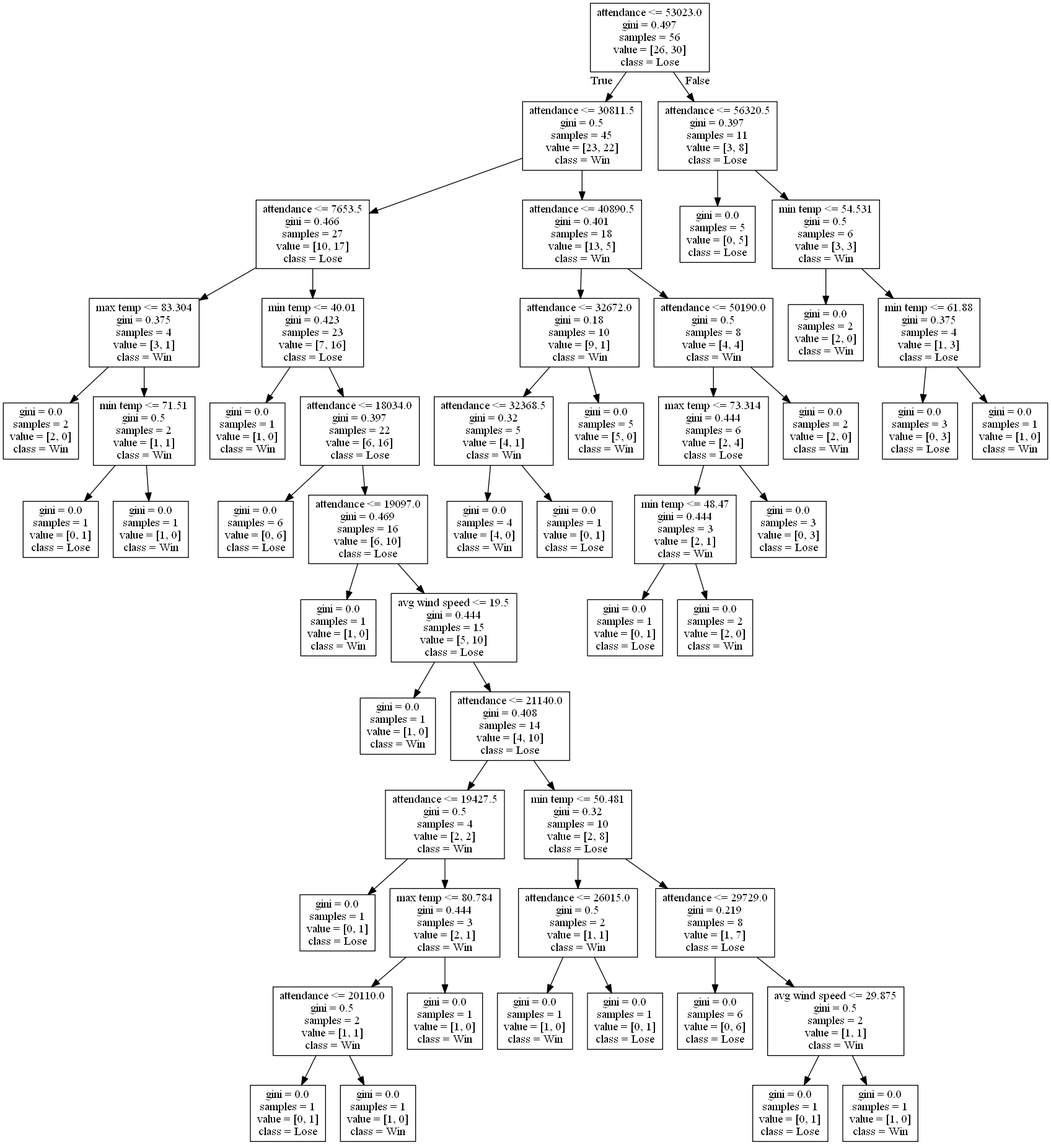
Above: DecisionTrees/decision_tree_no_score14.png in alexana-steck/CSE482Project (Graphviz), before the change. Its source is kept beside it as DecisionTrees/decision_tree_no_score14.dot.
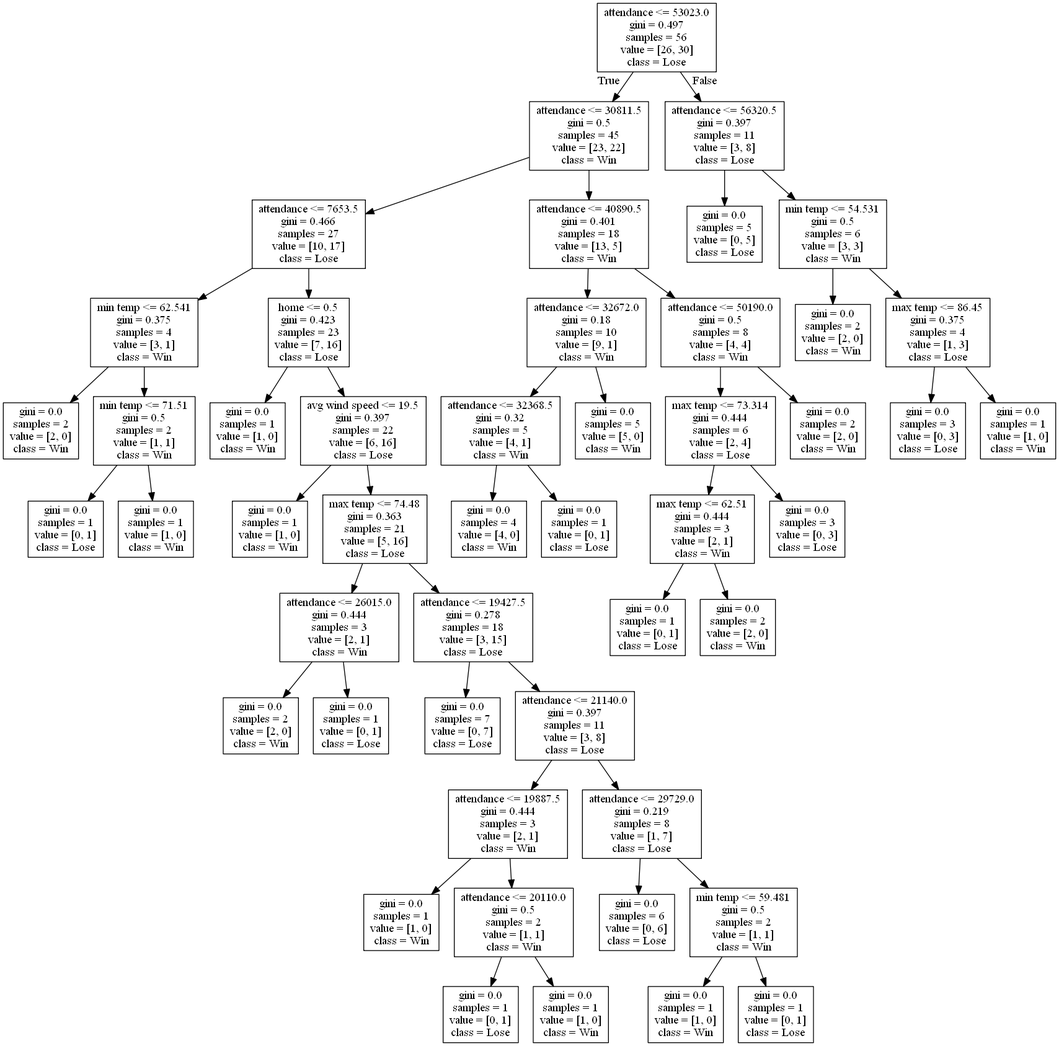
Later version of the same file.

Diff of the diagram source:
```diff
@@ -5,7 +5,7 @@
 0 -> 1 [labeldistance=2.5, labelangle=45, headlabel="True"] ;
 2 [label="attendance <= 7653.5\ngini = 0.466\nsamples = 27\nvalue = [10, 17]\nclass = Lose"] ;
 1 -> 2 ;
-3 [label="max temp <= 83.304\ngini = 0.375\nsamples = 4\nvalue = [3, 1]\nclass = Win"] ;
+3 [label="min temp <= 62.541\ngini = 0.375\nsamples = 4\nvalue = [3, 1]\nclass = Win"] ;
 2 -> 3 ;
 4 [label="gini = 0.0\nsamples = 2\nvalue = [2, 0]\nclass = Win"] ;
 3 -> 4 ;
@@ -15,94 +15,86 @@
 5 -> 6 ;
 7 [label="gini = 0.0\nsamples = 1\nvalue = [1, 0]\nclass = Win"] ;
 5 -> 7 ;
-8 [label="min temp <= 40.01\ngini = 0.423\nsamples = 23\nvalue = [7, 16]\nclass = Lose"] ;
+8 [label="home <= 0.5\ngini = 0.423\nsamples = 23\nvalue = [7, 16]\nclass = Lose"] ;
 2 -> 8 ;
 9 [label="gini = 0.0\nsamples = 1\nvalue = [1, 0]\nclass = Win"] ;
 8 -> 9 ;
-10 [label="attendance <= 18034.0\ngini = 0.397\nsamples = 22\nvalue = [6, 16]\nclass = Lose"] ;
+10 [label="avg wind speed <= 19.5\ngini = 0.397\nsamples = 22\nvalue = [6, 16]\nclass = Lose"] ;
 8 -> 10 ;
-11 [label="gini = 0.0\nsamples = 6\nvalue = [0, 6]\nclass = Lose"] ;
+11 [label="gini = 0.0\nsamples = 1\nvalue = [1, 0]\nclass = Win"] ;
 10 -> 11 ;
-12 [label="attendance <= 19097.0\ngini = 0.469\nsamples = 16\nvalue = [6, 10]\nclass = Lose"] ;
+12 [label="max temp <= 74.48\ngini = 0.363\nsamples = 21\nvalue = [5, 16]\nclass = Lose"] ;
 10 -> 12 ;
-13 [label="gini = 0.0\nsamples = 1\nvalue = [1, 0]\nclass = Win"] ;
+13 [label="attendance <= 26015.0\ngini = 0.444\nsamples = 3\nvalue = [2, 1]\nclass = Win"] ;
 12 -> 13 ;
-14 [label="avg wind speed <= 19.5\ngini = 0.444\nsamples = 15\nvalue = [5, 10]\nclass = Lose"] ;
-12 -> 14 ;
-15 [label="gini = 0.0\nsamples = 1\nvalue = [1, 0]\nclass = Win"] ;
-14 -> 15 ;
-16 [label="attendance <= 21140.0\ngini = 0.408\nsamples = 14\nvalue = [4, 10]\nclass = Lose"] ;
-14 -> 16 ;
-17 [label="attendance <= 19427.5\ngini = 0.5\nsamples = 4\nvalue = [2, 2]\nclass = Win"] ;
+14 [label="gini = 0.0\nsamples = 2\nvalue = [2, 0]\nclass = Win"] ;
+13 -> 14 ;
+15 [label="gini = 0.0\nsamples = 1\nvalue = [0, 1]\nclass = Lose"] ;
+13 -> 15 ;
+16 [label="attendance <= 19427.5\ngini = 0.278\nsamples = 18\nvalue = [3, 15]\nclass = Lose"] ;
+12 -> 16 ;
+17 [label="gini = 0.0\nsamples = 7\nvalue = [0, 7]\nclass = Lose"] ;
 16 -> 17 ;
-18 [label="gini = 0.0\nsamples = 1\nvalue = [0, 1]\nclass = Lose"] ;
-17 -> 18 ;
-19 [label="max temp <= 80.784\ngini = 0.444\nsamples = 3\nvalue = [2, 1]\nclass = Win"] ;
-17 -> 19 ;
-20 [label="attendance <= 20110.0\ngini = 0.5\nsamples = 2\nvalue = [1, 1]\nclass = Win"] ;
+18 [label="attendance <= 21140.0\ngini = 0.397\nsamples = 11\nvalue = [3, 8]\nclass = Lose"] ;
+16 -> 18 ;
+19 [label="attendance <= 19887.5\ngini = 0.444\nsamples = 3\nvalue = [2, 1]\nclass = Win"] ;
+18 -> 19 ;
+20 [label="gini = 0.0\nsamples = 1\nvalue = [1, 0]\nclass = Win"] ;
 19 -> 20 ;
-21 [label="gini = 0.0\nsamples = 1\nvalue = [0, 1]\nclass = Lose"] ;
-20 -> 21 ;
-22 [label="gini = 0.0\nsamples = 1\nvalue = [1, 0]\nclass = Win"] ;
-20 -> 22 ;
+21 [label="attendance <= 20110.0\ngini = 0.5\nsamples = 2\nvalue = [1, 1]\nclass = Win"] ;
+19 -> 21 ;
+22 [label="gini = 0.0\nsamples = 1\nvalue = [0, 1]\nclass = Lose"] ;
+21 -> 22 ;
 23 [label="gini = 0.0\nsamples = 1\nvalue = [1, 0]\nclass = Win"] ;
-19 -> 23 ;
-24 [label="min temp <= 50.481\ngini = 0.32\nsamples = 10\nvalue = [2, 8]\nclass = Lose"] ;
-16 -> 24 ;
-25 [label="attendance <= 26015.0\ngini = 0.5\nsamples = 2\nvalue = [1, 1]\nclass = Win"] ;
+21 -> 23 ;
+24 [label="attendance <= 29729.0\ngini = 0.219\nsamples = 8\nvalue = [1, 7]\nclass = Lose"] ;
+18 -> 24 ;
+25 [label="gini = 0.0\nsamples = 6\nvalue = [0, 6]\nclass = Lose"] ;
 24 -> 25 ;
-26 [label="gini = 0.0\nsamples = 1\nvalue = [1, 0]\nclass = Win"] ;
-25 -> 26 ;
-27 [label="gini = 0.0\nsamples = 1\nvalue = [0, 1]\nclass = Lose"] ;
-25 -> 27 ;
-28 [label="attendance <= 29729.0\ngini = 0.219\nsamples = 8\nvalue = [1, 7]\nclass = Lose"] ;
-24 -> 28 ;
-29 [label="gini = 0.0\nsamples = 6\nvalue = [0, 6]\nclass = Lose"] ;
-28 -> 29 ;
-30 [label="avg wind speed <= 29.875\ngini = 0.5\nsamples = 2\nvalue = [1, 1]\nclass = Win"] ;
-28 -> 30 ;
-31 [label="gini = 0.0\nsamples = 1\nvalue = [0, 1]\nclass = Lose"] ;
+26 [label="min temp <= 59.481\ngini = 0.5\nsamples = 2\nvalue = [1, 1]\nclass = Win"] ;
+24 -> 26 ;
+27 [label="gini = 0.0\nsamples = 1\nvalue = [1, 0]\nclass = Win"] ;
+26 -> 27 ;
+28 [label="gini = 0.0\nsamples = 1\nvalue = [0, 1]\nclass = Lose"] ;
+26 -> 28 ;
+29 [label="attendance <= 40890.5\ngini = 0.401\nsamples = 18\nvalue = [13, 5]\nclass = Win"] ;
+1 -> 29 ;
+30 [label="attendance <= 32672.0\ngini = 0.18\nsamples = 10\nvalue = [9, 1]\nclass = Win"] ;
+29 -> 30 ;
+31 [label="attendance <= 32368.5\ngini = 0.32\nsamples = 5\nvalue = [4, 1]\nclass = Win"] ;
 30 -> 31 ;
-32 [label="gini = 0.0\nsamples = 1\nvalue = [1, 0]\nclass = Win"] ;
-30 -> 32 ;
-33 [label="attendance <= 40890.5\ngini = 0.401\nsamples = 18\nvalue = [13, 5]\nclass = Win"] ;
-1 -> 33 ;
-34 [label="attendance <= 32672.0\ngini = 0.18\nsamples = 10\nvalue = [9, 1]\nclass = Win"] ;
-33 -> 34 ;
-35 [label="attendance <= 32368.5\ngini = 0.32\nsamples = 5\nvalue = [4, 1]\nclass = Win"] ;
-34 -> 35 ;
-36 [label="gini = 0.0\nsamples = 4\nvalue = [4, 0]\nclass = Win"] ;
+32 [label="gini = 0.0\nsamples = 4\nvalue = [4, 0]\nclass = Win"] ;
+31 -> 32 ;
+33 [label="gini = 0.0\nsamples = 1\nvalue = [0, 1]\nclass = Lose"] ;
+31 -> 33 ;
+34 [label="gini = 0.0\nsamples = 5\nvalue = [5, 0]\nclass = Win"] ;
+30 -> 34 ;
+35 [label="attendance <= 50190.0\ngini = 0.5\nsamples = 8\nvalue = [4, 4]\nclass = Win"] ;
+29 -> 35 ;
+36 [label="max temp <= 73.314\ngini = 0.444\nsamples = 6\nvalue = [2, 4]\nclass = Lose"] ;
 35 -> 36 ;
-37 [label="gini = 0.0\nsamples = 1\nvalue = [0, 1]\nclass = Lose"] ;
-35 -> 37 ;
-38 [label="gini = 0.0\nsamples = 5\nvalue = [5, 0]\nclass = Win"] ;
-34 -> 38 ;
-39 [label="attendance <= 50190.0\ngini = 0.5\nsamples = 8\nvalue = [4, 4]\nclass = Win"] ;
-33 -> 39 ;
-40 [label="max temp <= 73.314\ngini = 0.444\nsamples = 6\nvalue = [2, 4]\nclass = Lose"] ;
-39 -> 40 ;
-41 [label="min temp <= 48.47\ngini = 0.444\nsamples = 3\nvalue = [2, 1]\nclass = Win"] ;
-40 -> 41 ;
-42 [label="gini = 0.0\nsamples = 1\nvalue = [0, 1]\nclass = Lose"] ;
-41 -> 42 ;
-43 [label="gini = 0.0\nsamples = 2\nvalue = [2, 0]\nclass = Win"] ;
-41 -> 43 ;
-44 [label="gini = 0.0\nsamples = 3\nvalue = [0, 3]\nclass = Lose"] ;
-40 -> 44 ;
+37 [label="max temp <= 62.51\ngini = 0.444\nsamples = 3\nvalue = [2, 1]\nclass = Win"] ;
+36 -> 37 ;
+38 [label="gini = 0.0\nsamples = 1\nvalue = [0, 1]\nclass = Lose"] ;
+37 -> 38 ;
+39 [label="gini = 0.0\nsamples = 2\nvalue = [2, 0]\nclass = Win"] ;
+37 -> 39 ;
+40 [label="gini = 0.0\nsamples = 3\nvalue = [0, 3]\nclass = Lose"] ;
+36 -> 40 ;
+41 [label="gini = 0.0\nsamples = 2\nvalue = [2, 0]\nclass = Win"] ;
+35 -> 41 ;
+42 [label="attendance <= 56320.5\ngini = 0.397\nsamples = 11\nvalue = [3, 8]\nclass = Lose"] ;
+0 -> 42 [labeldistance=2.5, labelangle=-45, headlabel="False"] ;
+43 [label="gini = 0.0\nsamples = 5\nvalue = [0, 5]\nclass = Lose"] ;
+42 -> 43 ;
+44 [label="min temp <= 54.531\ngini = 0.5\nsamples = 6\nvalue = [3, 3]\nclass = Win"] ;
+42 -> 44 ;
 45 [label="gini = 0.0\nsamples = 2\nvalue = [2, 0]\nclass = Win"] ;
-39 -> 45 ;
-46 [label="attendance <= 56320.5\ngini = 0.397\nsamples = 11\nvalue = [3, 8]\nclass = Lose"] ;
-0 -> 46 [labeldistance=2.5, labelangle=-45, headlabel="False"] ;
-47 [label="gini = 0.0\nsamples = 5\nvalue = [0, 5]\nclass = Lose"] ;
+44 -> 45 ;
+46 [label="max temp <= 86.45\ngini = 0.375\nsamples = 4\nvalue = [1, 3]\nclass = Lose"] ;
+44 -> 46 ;
+47 [label="gini = 0.0\nsamples = 3\nvalue = [0, 3]\nclass = Lose"] ;
 46 -> 47 ;
-48 [label="min temp <= 54.531\ngini = 0.5\nsamples = 6\nvalue = [3, 3]\nclass = Win"] ;
+48 [label="gini = 0.0\nsamples = 1\nvalue = [1, 0]\nclass = Win"] ;
 46 -> 48 ;
-49 [label="gini = 0.0\nsamples = 2\nvalue = [2, 0]\nclass = Win"] ;
-48 -> 49 ;
-50 [label="min temp <= 61.88\ngini = 0.375\nsamples = 4\nvalue = [1, 3]\nclass = Lose"] ;
-48 -> 50 ;
-51 [label="gini = 0.0\nsamples = 3\nvalue = [0, 3]\nclass = Lose"] ;
-50 -> 51 ;
-52 [label="gini = 0.0\nsamples = 1\nvalue = [1, 0]\nclass = Win"] ;
-50 -> 52 ;
 }
```
